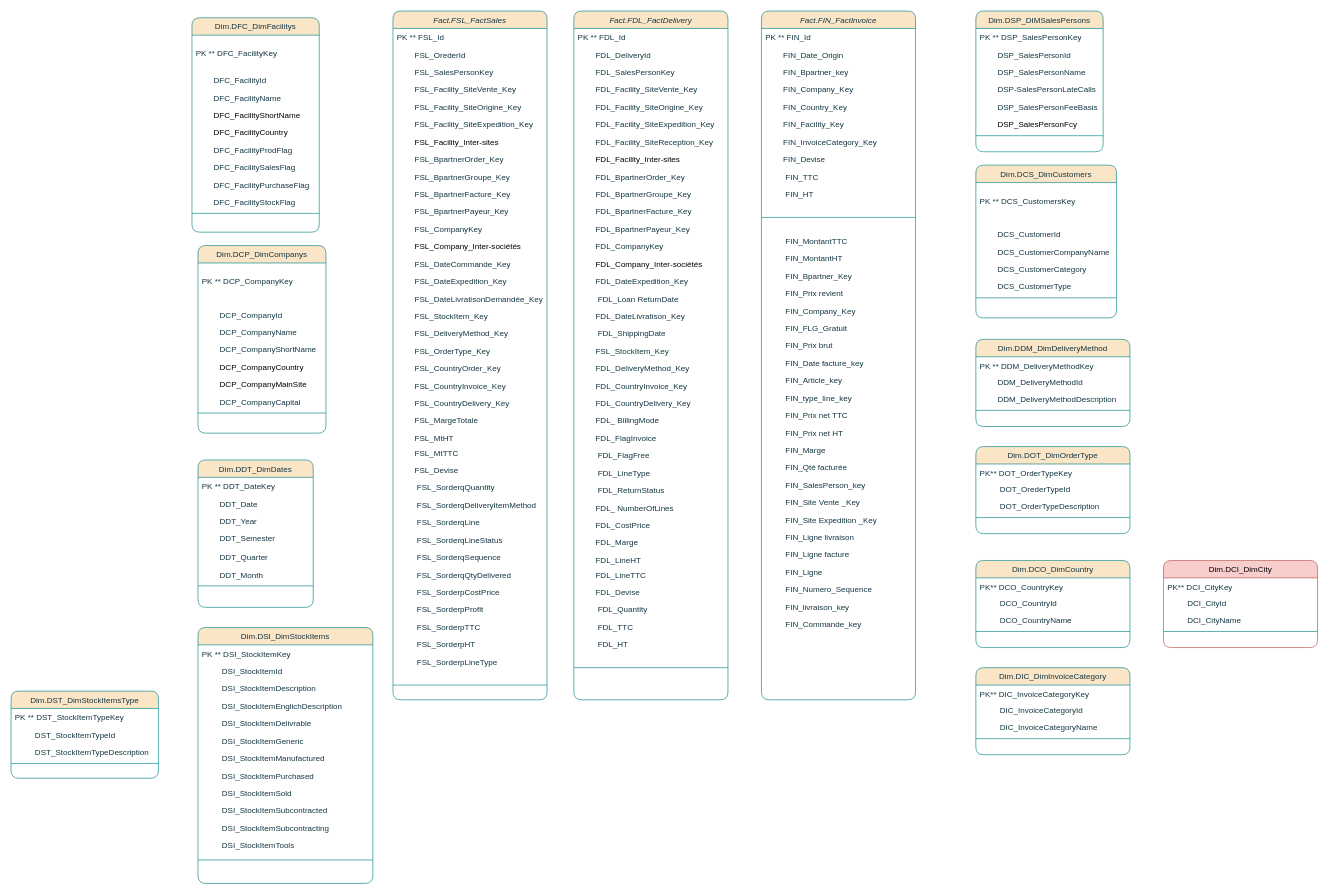
Before: Diagramme de classe.drawio in BorchaniMohamed/BI_PROJECT_PFE, a draw.io diagram. Source tidied: cells renumbered, new cells numbered last; positions are measured from the earlier drawing's top-left corner, leaving out a move shared by most shapes. Both pictures are drawn from the tidied source at 67%, with x=0, y=0 at pixel (11, 11).
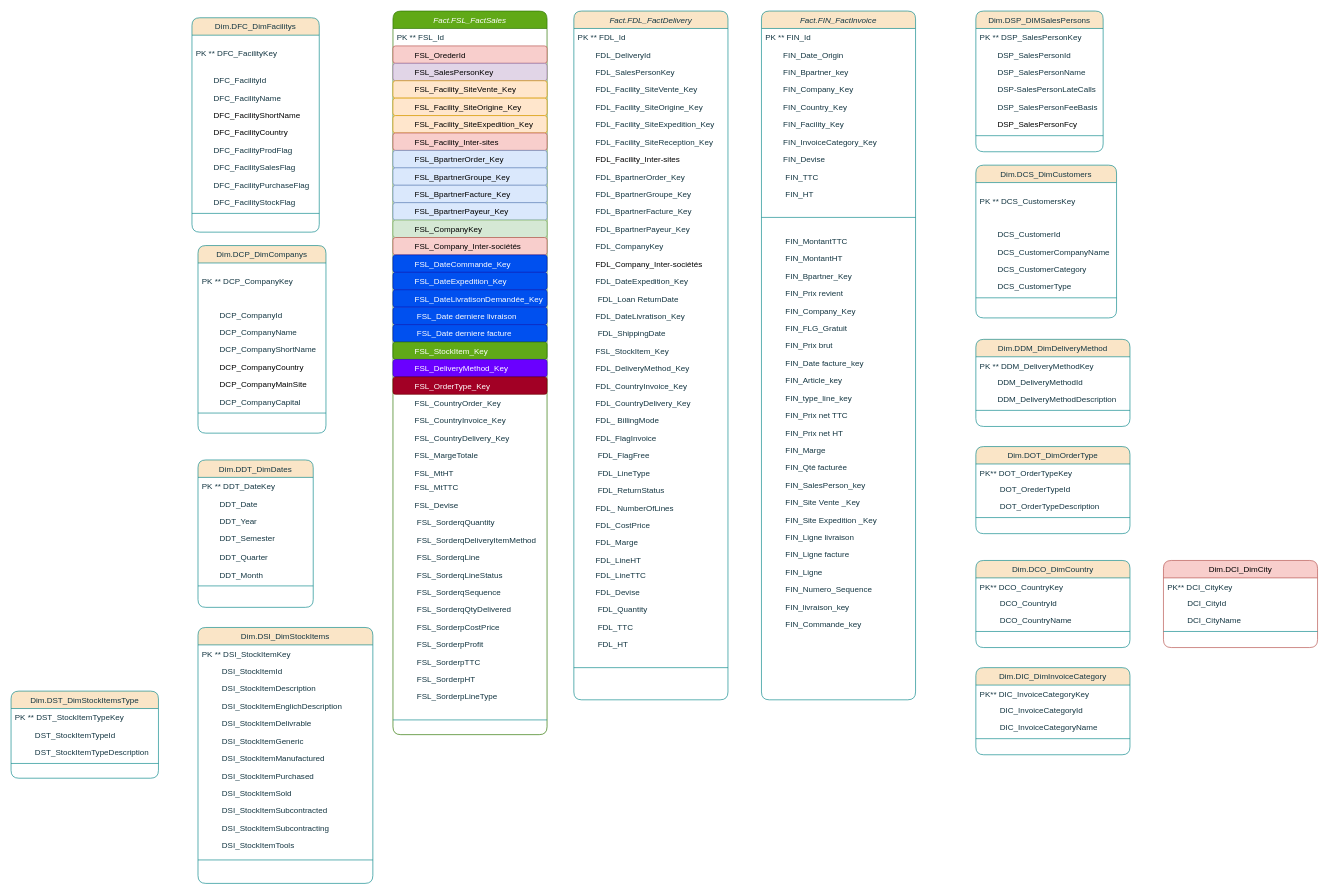
The same diagram, later.

Commit message:
Mettre à jour Diagramme de classe.drawio

Diff of the diagram source:
```diff
@@
-    <mxCell id="2" value="Fact.FSL_FactSales" style="swimlane;fontStyle=2;align=center;verticalAlign=top;horizontal=1;startSize=26;rounded=1;shadow=0;strokeWidth=1;labelBackgroundColor=none;fillColor=#FAE5C7;strokeColor=#0F8B8D;fontColor=#143642;" parent="1" vertex="1">
-      <mxGeometry x="570" width="230" height="1028" as="geometry" />
+    <mxCell id="2" value="Fact.FSL_FactSales" style="swimlane;fontStyle=2;align=center;verticalAlign=top;horizontal=1;startSize=26;rounded=1;shadow=0;strokeWidth=1;labelBackgroundColor=none;fillColor=#60a917;strokeColor=#2D7600;fontColor=#ffffff;" parent="1" vertex="1">
+      <mxGeometry x="570" width="230" height="1080" as="geometry" />
     </mxCell>
@@
-    <mxCell id="4" value="        FSL_OrederId" style="text;align=left;verticalAlign=top;spacingLeft=4;spacingRight=4;overflow=hidden;rounded=1;shadow=0;html=0;labelBackgroundColor=none;fontColor=#143642;" parent="2" vertex="1">
+    <mxCell id="4" value="        FSL_OrederId" style="text;align=left;verticalAlign=top;spacingLeft=4;spacingRight=4;overflow=hidden;rounded=1;shadow=0;html=0;labelBackgroundColor=none;fillColor=#f8cecc;strokeColor=#b85450;" parent="2" vertex="1">
       <mxGeometry y="52" width="230" height="26" as="geometry" />
     </mxCell>
-    <mxCell id="5" value="        FSL_SalesPersonKey" style="text;align=left;verticalAlign=top;spacingLeft=4;spacingRight=4;overflow=hidden;rounded=1;shadow=0;html=0;labelBackgroundColor=none;fontColor=#143642;" parent="2" vertex="1">
+    <mxCell id="5" value="        FSL_SalesPersonKey" style="text;align=left;verticalAlign=top;spacingLeft=4;spacingRight=4;overflow=hidden;rounded=1;shadow=0;html=0;labelBackgroundColor=none;fillColor=#e1d5e7;strokeColor=#9673a6;" parent="2" vertex="1">
       <mxGeometry y="78" width="230" height="26" as="geometry" />
     </mxCell>
-    <mxCell id="6" value="        FSL_Facility_SiteVente_Key" style="text;align=left;verticalAlign=top;spacingLeft=4;spacingRight=4;overflow=hidden;rounded=1;shadow=0;html=0;labelBackgroundColor=none;fontColor=#143642;" parent="2" vertex="1">
+    <mxCell id="6" value="        FSL_Facility_SiteVente_Key" style="text;align=left;verticalAlign=top;spacingLeft=4;spacingRight=4;overflow=hidden;rounded=1;shadow=0;html=0;labelBackgroundColor=none;fillColor=#ffe6cc;strokeColor=#d79b00;" parent="2" vertex="1">
       <mxGeometry y="104" width="230" height="26" as="geometry" />
     </mxCell>
-    <mxCell id="7" value="        FSL_Facility_SiteOrigine_Key" style="text;align=left;verticalAlign=top;spacingLeft=4;spacingRight=4;overflow=hidden;rounded=1;shadow=0;html=0;labelBackgroundColor=none;fontColor=#143642;" parent="2" vertex="1">
+    <mxCell id="7" value="        FSL_Facility_SiteOrigine_Key" style="text;align=left;verticalAlign=top;spacingLeft=4;spacingRight=4;overflow=hidden;rounded=1;shadow=0;html=0;labelBackgroundColor=none;fillColor=#ffe6cc;strokeColor=#d79b00;" parent="2" vertex="1">
       <mxGeometry y="130" width="230" height="26" as="geometry" />
     </mxCell>
-    <mxCell id="8" value="        FSL_Facility_SiteExpedition_Key" style="text;align=left;verticalAlign=top;spacingLeft=4;spacingRight=4;overflow=hidden;rounded=1;shadow=0;html=0;labelBackgroundColor=none;fontColor=#143642;" parent="2" vertex="1">
+    <mxCell id="8" value="        FSL_Facility_SiteExpedition_Key" style="text;align=left;verticalAlign=top;spacingLeft=4;spacingRight=4;overflow=hidden;rounded=1;shadow=0;html=0;labelBackgroundColor=none;fillColor=#ffe6cc;strokeColor=#d79b00;" parent="2" vertex="1">
       <mxGeometry y="156" width="230" height="26" as="geometry" />
     </mxCell>
-    <mxCell id="9" value="        FSL_Facility_Inter-sites " style="text;align=left;verticalAlign=top;spacingLeft=4;spacingRight=4;overflow=hidden;rounded=1;shadow=0;html=0;labelBackgroundColor=none;" parent="2" vertex="1">
+    <mxCell id="9" value="        FSL_Facility_Inter-sites " style="text;align=left;verticalAlign=top;spacingLeft=4;spacingRight=4;overflow=hidden;rounded=1;shadow=0;html=0;labelBackgroundColor=none;fillColor=#f8cecc;strokeColor=#b85450;" parent="2" vertex="1">
       <mxGeometry y="182" width="230" height="26" as="geometry" />
     </mxCell>
-    <mxCell id="10" value="        FSL_BpartnerOrder_Key" style="text;align=left;verticalAlign=top;spacingLeft=4;spacingRight=4;overflow=hidden;rounded=1;shadow=0;html=0;labelBackgroundColor=none;fontColor=#143642;" parent="2" vertex="1">
+    <mxCell id="10" value="        FSL_BpartnerOrder_Key" style="text;align=left;verticalAlign=top;spacingLeft=4;spacingRight=4;overflow=hidden;rounded=1;shadow=0;html=0;labelBackgroundColor=none;fillColor=#dae8fc;strokeColor=#6c8ebf;" parent="2" vertex="1">
       <mxGeometry y="208" width="230" height="26" as="geometry" />
     </mxCell>
-    <mxCell id="11" value="        FSL_BpartnerGroupe_Key" style="text;align=left;verticalAlign=top;spacingLeft=4;spacingRight=4;overflow=hidden;rounded=1;shadow=0;html=0;labelBackgroundColor=none;fontColor=#143642;" parent="2" vertex="1">
+    <mxCell id="11" value="        FSL_BpartnerGroupe_Key" style="text;align=left;verticalAlign=top;spacingLeft=4;spacingRight=4;overflow=hidden;rounded=1;shadow=0;html=0;labelBackgroundColor=none;fillColor=#dae8fc;strokeColor=#6c8ebf;" parent="2" vertex="1">
       <mxGeometry y="234" width="230" height="26" as="geometry" />
     </mxCell>
-    <mxCell id="12" value="        FSL_BpartnerFacture_Key" style="text;align=left;verticalAlign=top;spacingLeft=4;spacingRight=4;overflow=hidden;rounded=1;shadow=0;html=0;labelBackgroundColor=none;fontColor=#143642;" parent="2" vertex="1">
+    <mxCell id="12" value="        FSL_BpartnerFacture_Key" style="text;align=left;verticalAlign=top;spacingLeft=4;spacingRight=4;overflow=hidden;rounded=1;shadow=0;html=0;labelBackgroundColor=none;fillColor=#dae8fc;strokeColor=#6c8ebf;" parent="2" vertex="1">
       <mxGeometry y="260" width="230" height="26" as="geometry" />
     </mxCell>
-    <mxCell id="13" value="        FSL_BpartnerPayeur_Key" style="text;align=left;verticalAlign=top;spacingLeft=4;spacingRight=4;overflow=hidden;rounded=1;shadow=0;html=0;labelBackgroundColor=none;fontColor=#143642;" parent="2" vertex="1">
+    <mxCell id="13" value="        FSL_BpartnerPayeur_Key" style="text;align=left;verticalAlign=top;spacingLeft=4;spacingRight=4;overflow=hidden;rounded=1;shadow=0;html=0;labelBackgroundColor=none;fillColor=#dae8fc;strokeColor=#6c8ebf;" parent="2" vertex="1">
       <mxGeometry y="286" width="230" height="26" as="geometry" />
     </mxCell>
-    <mxCell id="14" value="        FSL_CompanyKey" style="text;align=left;verticalAlign=top;spacingLeft=4;spacingRight=4;overflow=hidden;rounded=1;shadow=0;html=0;labelBackgroundColor=none;fontColor=#143642;" parent="2" vertex="1">
+    <mxCell id="14" value="        FSL_CompanyKey" style="text;align=left;verticalAlign=top;spacingLeft=4;spacingRight=4;overflow=hidden;rounded=1;shadow=0;html=0;labelBackgroundColor=none;fillColor=#d5e8d4;strokeColor=#82b366;" parent="2" vertex="1">
       <mxGeometry y="312" width="230" height="26" as="geometry" />
     </mxCell>
-    <mxCell id="15" value="        FSL_Company_Inter-sociétés" style="text;align=left;verticalAlign=top;spacingLeft=4;spacingRight=4;overflow=hidden;rounded=1;shadow=0;html=0;labelBackgroundColor=none;" parent="2" vertex="1">
+    <mxCell id="15" value="        FSL_Company_Inter-sociétés" style="text;align=left;verticalAlign=top;spacingLeft=4;spacingRight=4;overflow=hidden;rounded=1;shadow=0;html=0;labelBackgroundColor=none;fillColor=#f8cecc;strokeColor=#b85450;" parent="2" vertex="1">
       <mxGeometry y="338" width="230" height="26" as="geometry" />
     </mxCell>
-    <mxCell id="16" value="        FSL_DateCommande_Key" style="text;align=left;verticalAlign=top;spacingLeft=4;spacingRight=4;overflow=hidden;rounded=1;shadow=0;html=0;labelBackgroundColor=none;fontColor=#143642;" parent="2" vertex="1">
+    <mxCell id="16" value="        FSL_DateCommande_Key" style="text;align=left;verticalAlign=top;spacingLeft=4;spacingRight=4;overflow=hidden;rounded=1;shadow=0;html=0;labelBackgroundColor=none;fontColor=#ffffff;fillColor=#0050ef;strokeColor=#001DBC;" parent="2" vertex="1">
       <mxGeometry y="364" width="230" height="26" as="geometry" />
     </mxCell>
-    <mxCell id="17" value="        FSL_DateExpedition_Key" style="text;align=left;verticalAlign=top;spacingLeft=4;spacingRight=4;overflow=hidden;rounded=1;shadow=0;html=0;labelBackgroundColor=none;fontColor=#143642;" parent="2" vertex="1">
+    <mxCell id="17" value="        FSL_DateExpedition_Key" style="text;align=left;verticalAlign=top;spacingLeft=4;spacingRight=4;overflow=hidden;rounded=1;shadow=0;html=0;labelBackgroundColor=none;fontColor=#ffffff;fillColor=#0050ef;strokeColor=#001DBC;" parent="2" vertex="1">
       <mxGeometry y="390" width="230" height="26" as="geometry" />
     </mxCell>
-    <mxCell id="18" value="        FSL_DateLivratisonDemandée_Key" style="text;align=left;verticalAlign=top;spacingLeft=4;spacingRight=4;overflow=hidden;rounded=1;shadow=0;html=0;labelBackgroundColor=none;fontColor=#143642;" parent="2" vertex="1">
+    <mxCell id="18" value="        FSL_DateLivratisonDemandée_Key" style="text;align=left;verticalAlign=top;spacingLeft=4;spacingRight=4;overflow=hidden;rounded=1;shadow=0;html=0;labelBackgroundColor=none;fontColor=#ffffff;fillColor=#0050ef;strokeColor=#001DBC;" parent="2" vertex="1">
       <mxGeometry y="416" width="230" height="26" as="geometry" />
     </mxCell>
+    <mxCell id="201" value="         FSL_Date derniere livraison" style="text;align=left;verticalAlign=top;spacingLeft=4;spacingRight=4;overflow=hidden;rounded=1;shadow=0;html=0;labelBackgroundColor=none;fontColor=#ffffff;fillColor=#0050ef;strokeColor=#001DBC;" parent="2" vertex="1">
+      <mxGeometry y="442" width="230" height="26" as="geometry" />
+    </mxCell>
+    <mxCell id="202" value="         FSL_Date derniere facture" style="text;align=left;verticalAlign=top;spacingLeft=4;spacingRight=4;overflow=hidden;rounded=1;shadow=0;html=0;labelBackgroundColor=none;fontColor=#ffffff;fillColor=#0050ef;strokeColor=#001DBC;" parent="2" vertex="1">
+      <mxGeometry y="468" width="230" height="26" as="geometry" />
+    </mxCell>
-    <mxCell id="19" value="        FSL_StockItem_Key" style="text;align=left;verticalAlign=top;spacingLeft=4;spacingRight=4;overflow=hidden;rounded=1;shadow=0;html=0;labelBackgroundColor=none;fontColor=#143642;" parent="2" vertex="1">
-      <mxGeometry y="442" width="230" height="26" as="geometry" />
+    <mxCell id="19" value="        FSL_StockItem_Key" style="text;align=left;verticalAlign=top;spacingLeft=4;spacingRight=4;overflow=hidden;rounded=1;shadow=0;html=0;labelBackgroundColor=none;fontColor=#ffffff;fillColor=#60a917;strokeColor=#2D7600;" parent="2" vertex="1">
+      <mxGeometry y="494" width="230" height="26" as="geometry" />
     </mxCell>
-    <mxCell id="20" value="        FSL_DeliveryMethod_Key" style="text;align=left;verticalAlign=top;spacingLeft=4;spacingRight=4;overflow=hidden;rounded=1;shadow=0;html=0;labelBackgroundColor=none;fontColor=#143642;" parent="2" vertex="1">
-      <mxGeometry y="468" width="230" height="26" as="geometry" />
+    <mxCell id="20" value="        FSL_DeliveryMethod_Key" style="text;align=left;verticalAlign=top;spacingLeft=4;spacingRight=4;overflow=hidden;rounded=1;shadow=0;html=0;labelBackgroundColor=none;fontColor=#ffffff;fillColor=#6a00ff;strokeColor=#3700CC;" parent="2" vertex="1">
+      <mxGeometry y="520" width="230" height="26" as="geometry" />
     </mxCell>
-    <mxCell id="21" value="        FSL_OrderType_Key" style="text;align=left;verticalAlign=top;spacingLeft=4;spacingRight=4;overflow=hidden;rounded=1;shadow=0;html=0;labelBackgroundColor=none;fontColor=#143642;" parent="2" vertex="1">
-      <mxGeometry y="494" width="230" height="26" as="geometry" />
+    <mxCell id="21" value="        FSL_OrderType_Key" style="text;align=left;verticalAlign=top;spacingLeft=4;spacingRight=4;overflow=hidden;rounded=1;shadow=0;html=0;labelBackgroundColor=none;fontColor=#ffffff;fillColor=#a20025;strokeColor=#6F0000;" parent="2" vertex="1">
+      <mxGeometry y="546" width="230" height="26" as="geometry" />
     </mxCell>
     <mxCell id="22" value="        FSL_CountryOrder_Key" style="text;align=left;verticalAlign=top;spacingLeft=4;spacingRight=4;overflow=hidden;rounded=1;shadow=0;html=0;labelBackgroundColor=none;fontColor=#143642;" parent="2" vertex="1">
-      <mxGeometry y="520" width="230" height="26" as="geometry" />
+      <mxGeometry y="572" width="230" height="26" as="geometry" />
     </mxCell>
     <mxCell id="23" value="        FSL_CountryInvoice_Key" style="text;align=left;verticalAlign=top;spacingLeft=4;spacingRight=4;overflow=hidden;rounded=1;shadow=0;html=0;labelBackgroundColor=none;fontColor=#143642;" parent="2" vertex="1">
-      <mxGeometry y="546" width="230" height="26" as="geometry" />
+      <mxGeometry y="598" width="230" height="26" as="geometry" />
     </mxCell>
     <mxCell id="24" value="        FSL_CountryDelivery_Key" style="text;align=left;verticalAlign=top;spacingLeft=4;spacingRight=4;overflow=hidden;rounded=1;shadow=0;html=0;labelBackgroundColor=none;fontColor=#143642;" parent="2" vertex="1">
-      <mxGeometry y="572" width="230" height="26" as="geometry" />
+      <mxGeometry y="624" width="230" height="26" as="geometry" />
     </mxCell>
     <mxCell id="25" value="        FSL_MargeTotale" style="text;align=left;verticalAlign=top;spacingLeft=4;spacingRight=4;overflow=hidden;rounded=1;shadow=0;html=0;labelBackgroundColor=none;fontColor=#143642;" parent="2" vertex="1">
-      <mxGeometry y="598" width="230" height="26" as="geometry" />
+      <mxGeometry y="650" width="230" height="26" as="geometry" />
     </mxCell>
     <mxCell id="26" value="        FSL_MtHT" style="text;align=left;verticalAlign=top;spacingLeft=4;spacingRight=4;overflow=hidden;rounded=1;shadow=0;html=0;labelBackgroundColor=none;fontColor=#143642;" parent="2" vertex="1">
-      <mxGeometry y="624" width="230" height="22" as="geometry" />
+      <mxGeometry y="676" width="230" height="22" as="geometry" />
     </mxCell>
     <mxCell id="27" value="        FSL_MtTTC" style="text;align=left;verticalAlign=top;spacingLeft=4;spacingRight=4;overflow=hidden;rounded=1;shadow=0;html=0;labelBackgroundColor=none;fontColor=#143642;" parent="2" vertex="1">
-      <mxGeometry y="646" width="230" height="26" as="geometry" />
+      <mxGeometry y="698" width="230" height="26" as="geometry" />
     </mxCell>
     <mxCell id="28" value="        FSL_Devise" style="text;align=left;verticalAlign=top;spacingLeft=4;spacingRight=4;overflow=hidden;rounded=1;shadow=0;html=0;labelBackgroundColor=none;fontColor=#143642;" parent="2" vertex="1">
-      <mxGeometry y="672" width="230" height="26" as="geometry" />
+      <mxGeometry y="724" width="230" height="26" as="geometry" />
     </mxCell>
     <mxCell id="29" value="         FSL_SorderqQuantity" style="text;align=left;verticalAlign=top;spacingLeft=4;spacingRight=4;overflow=hidden;rounded=1;shadow=0;html=0;labelBackgroundColor=none;fontColor=#143642;" parent="2" vertex="1">
-      <mxGeometry y="698" width="230" height="26" as="geometry" />
+      <mxGeometry y="750" width="230" height="26" as="geometry" />
     </mxCell>
     <mxCell id="30" value="         FSL_SorderqDeliveryItemMethod" style="text;align=left;verticalAlign=top;spacingLeft=4;spacingRight=4;overflow=hidden;rounded=1;shadow=0;html=0;labelBackgroundColor=none;fontColor=#143642;" parent="2" vertex="1">
-      <mxGeometry y="724" width="230" height="26" as="geometry" />
+      <mxGeometry y="776" width="230" height="26" as="geometry" />
     </mxCell>
     <mxCell id="31" value="         FSL_SorderqLine" style="text;align=left;verticalAlign=top;spacingLeft=4;spacingRight=4;overflow=hidden;rounded=1;shadow=0;html=0;labelBackgroundColor=none;fontColor=#143642;" parent="2" vertex="1">
-      <mxGeometry y="750" width="230" height="26" as="geometry" />
+      <mxGeometry y="802" width="230" height="26" as="geometry" />
     </mxCell>
     <mxCell id="32" value="         FSL_SorderqLineStatus" style="text;align=left;verticalAlign=top;spacingLeft=4;spacingRight=4;overflow=hidden;rounded=1;shadow=0;html=0;labelBackgroundColor=none;fontColor=#143642;" parent="2" vertex="1">
-      <mxGeometry y="776" width="230" height="26" as="geometry" />
+      <mxGeometry y="828" width="230" height="26" as="geometry" />
     </mxCell>
     <mxCell id="33" value="         FSL_SorderqSequence" style="text;align=left;verticalAlign=top;spacingLeft=4;spacingRight=4;overflow=hidden;rounded=1;shadow=0;html=0;labelBackgroundColor=none;fontColor=#143642;" parent="2" vertex="1">
-      <mxGeometry y="802" width="230" height="26" as="geometry" />
+      <mxGeometry y="854" width="230" height="26" as="geometry" />
     </mxCell>
     <mxCell id="34" value="         FSL_SorderqQtyDelivered" style="text;align=left;verticalAlign=top;spacingLeft=4;spacingRight=4;overflow=hidden;rounded=1;shadow=0;html=0;labelBackgroundColor=none;fontColor=#143642;" parent="2" vertex="1">
-      <mxGeometry y="828" width="230" height="26" as="geometry" />
+      <mxGeometry y="880" width="230" height="26" as="geometry" />
     </mxCell>
     <mxCell id="35" value="         FSL_SorderpCostPrice" style="text;align=left;verticalAlign=top;spacingLeft=4;spacingRight=4;overflow=hidden;rounded=1;shadow=0;html=0;labelBackgroundColor=none;fontColor=#143642;" parent="2" vertex="1">
-      <mxGeometry y="854" width="230" height="26" as="geometry" />
+      <mxGeometry y="906" width="230" height="26" as="geometry" />
     </mxCell>
     <mxCell id="36" value="         FSL_SorderpProfit" style="text;align=left;verticalAlign=top;spacingLeft=4;spacingRight=4;overflow=hidden;rounded=1;shadow=0;html=0;labelBackgroundColor=none;fontColor=#143642;" parent="2" vertex="1">
-      <mxGeometry y="880" width="230" height="26" as="geometry" />
+      <mxGeometry y="932" width="230" height="26" as="geometry" />
     </mxCell>
     <mxCell id="37" value="         FSL_SorderpTTC" style="text;align=left;verticalAlign=top;spacingLeft=4;spacingRight=4;overflow=hidden;rounded=1;shadow=0;html=0;labelBackgroundColor=none;fontColor=#143642;" parent="2" vertex="1">
-      <mxGeometry y="906" width="230" height="26" as="geometry" />
+      <mxGeometry y="958" width="230" height="26" as="geometry" />
     </mxCell>
     <mxCell id="38" value="         FSL_SorderpHT" style="text;align=left;verticalAlign=top;spacingLeft=4;spacingRight=4;overflow=hidden;rounded=1;shadow=0;html=0;labelBackgroundColor=none;fontColor=#143642;" parent="2" vertex="1">
-      <mxGeometry y="932" width="230" height="26" as="geometry" />
+      <mxGeometry y="984" width="230" height="26" as="geometry" />
     </mxCell>
     <mxCell id="39" value="         FSL_SorderpLineType" style="text;align=left;verticalAlign=top;spacingLeft=4;spacingRight=4;overflow=hidden;rounded=1;shadow=0;html=0;labelBackgroundColor=none;fontColor=#143642;" parent="2" vertex="1">
-      <mxGeometry y="958" width="230" height="26" as="geometry" />
+      <mxGeometry y="1010" width="230" height="26" as="geometry" />
     </mxCell>
     <mxCell id="40" style="line;html=1;strokeWidth=1;align=left;verticalAlign=middle;spacingTop=-1;spacingLeft=3;spacingRight=3;labelPosition=right;labelBackgroundColor=none;fillColor=#FAE5C7;strokeColor=#0F8B8D;fontColor=#143642;rounded=1;" parent="2" vertex="1">
-      <mxGeometry y="984" width="230" height="44" as="geometry" />
+      <mxGeometry y="1036" width="230" height="44" as="geometry" />
     </mxCell>
```
